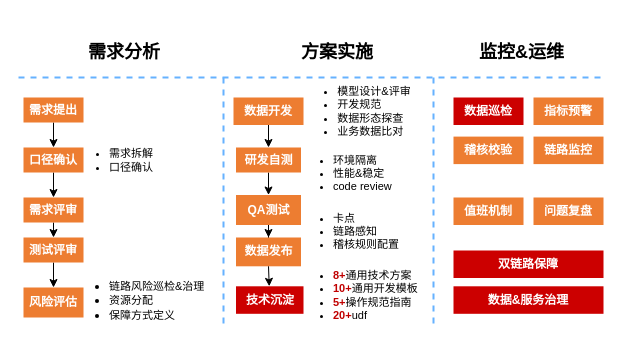
mineminemine123/work-wiki keeps this draw.io diagram as mt质量保障.drawio. Above is the earlier version. Source tidied: cells renumbered, new cells numbered last; positions are measured from the earlier drawing's top-left corner, leaving out a move shared by most shapes. Both pictures are drawn from the tidied source at 100%, with x=0, y=0 at pixel (18, 37).
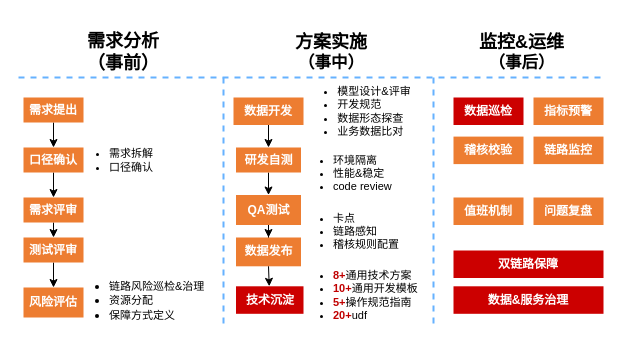
The same diagram, later.

Commit message:
更新mt质量保障.drawio

The edit, as a diff of the source:
```diff
@@
-    <mxCell id="18" value="&lt;h2&gt;&lt;span style=&quot;&quot;&gt;&lt;font style=&quot;font-size: 18px;&quot;&gt;需求分析&lt;/font&gt;&lt;/span&gt;&lt;/h2&gt;" style="text;html=1;strokeColor=none;fillColor=none;align=center;verticalAlign=middle;whiteSpace=wrap;rounded=0;dashed=1;fontSize=11;fontStyle=1;fontFamily=微软雅黑;" parent="1" vertex="1">
-      <mxGeometry x="66" width="80" height="30" as="geometry" />
+    <mxCell id="18" value="&lt;h2&gt;&lt;span style=&quot;&quot;&gt;&lt;font style=&quot;font-size: 18px;&quot;&gt;需求分析（事前）&lt;/font&gt;&lt;/span&gt;&lt;/h2&gt;" style="text;html=1;strokeColor=none;fillColor=none;align=center;verticalAlign=middle;whiteSpace=wrap;rounded=0;dashed=1;fontSize=11;fontStyle=1;fontFamily=微软雅黑;" parent="1" vertex="1">
+      <mxGeometry x="65" width="80" height="30" as="geometry" />
     </mxCell>
@@
-    <mxCell id="21" value="&lt;h2&gt;&lt;span style=&quot;&quot;&gt;&lt;font style=&quot;font-size: 18px;&quot;&gt;监控&amp;amp;运维&lt;/font&gt;&lt;/span&gt;&lt;/h2&gt;" style="text;html=1;strokeColor=none;fillColor=none;align=center;verticalAlign=middle;whiteSpace=wrap;rounded=0;dashed=1;fontSize=11;fontStyle=1;fontFamily=微软雅黑;" parent="1" vertex="1">
-      <mxGeometry x="452" width="103" height="30" as="geometry" />
+    <mxCell id="21" value="&lt;h2&gt;&lt;span style=&quot;&quot;&gt;&lt;font style=&quot;font-size: 18px;&quot;&gt;监控&amp;amp;运维&lt;/font&gt;&lt;/span&gt;（事后）&lt;/h2&gt;" style="text;html=1;strokeColor=none;fillColor=none;align=center;verticalAlign=middle;whiteSpace=wrap;rounded=0;dashed=1;fontSize=11;fontStyle=1;fontFamily=微软雅黑;" parent="1" vertex="1">
+      <mxGeometry x="452" y="-20" width="103" height="70" as="geometry" />
     </mxCell>
@@
-    <mxCell id="24" value="&lt;h2&gt;&lt;span style=&quot;font-size: 18px;&quot;&gt;方案实施&lt;/span&gt;&lt;/h2&gt;" style="text;html=1;strokeColor=none;fillColor=none;align=center;verticalAlign=middle;whiteSpace=wrap;rounded=0;dashed=1;fontSize=11;fontStyle=1;fontFamily=微软雅黑;" parent="1" vertex="1">
-      <mxGeometry x="278.5" width="80" height="30" as="geometry" />
+    <mxCell id="24" value="&lt;h2&gt;&lt;span style=&quot;font-size: 18px;&quot;&gt;方案实施&lt;/span&gt;（事中）&lt;/h2&gt;" style="text;html=1;strokeColor=none;fillColor=none;align=center;verticalAlign=middle;whiteSpace=wrap;rounded=0;dashed=1;fontSize=11;fontStyle=1;fontFamily=微软雅黑;" parent="1" vertex="1">
+      <mxGeometry x="272.5" y="-20" width="80" height="70" as="geometry" />
     </mxCell>
```
